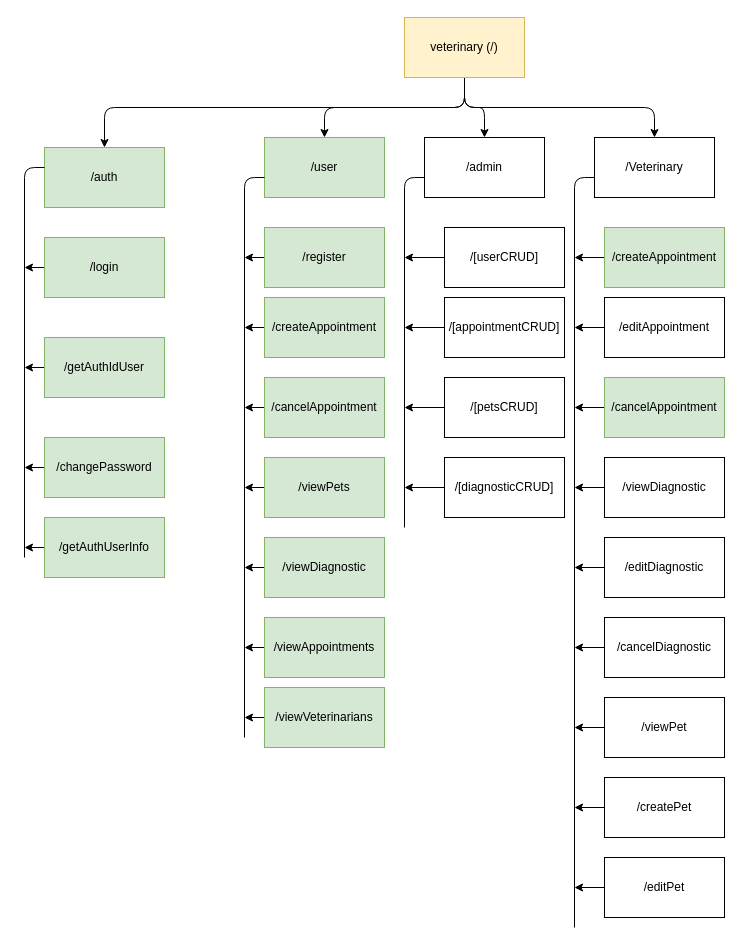
This is diagrams/NAV.drawio from fernandoach/API-VETERINARY, a draw.io file, before an edit. Source tidied: cells renumbered, new cells numbered last; positions are measured from the earlier drawing's top-left corner, leaving out a move shared by most shapes. Both pictures are drawn from the tidied source at 100%, with x=0, y=0 at pixel (24, 17).
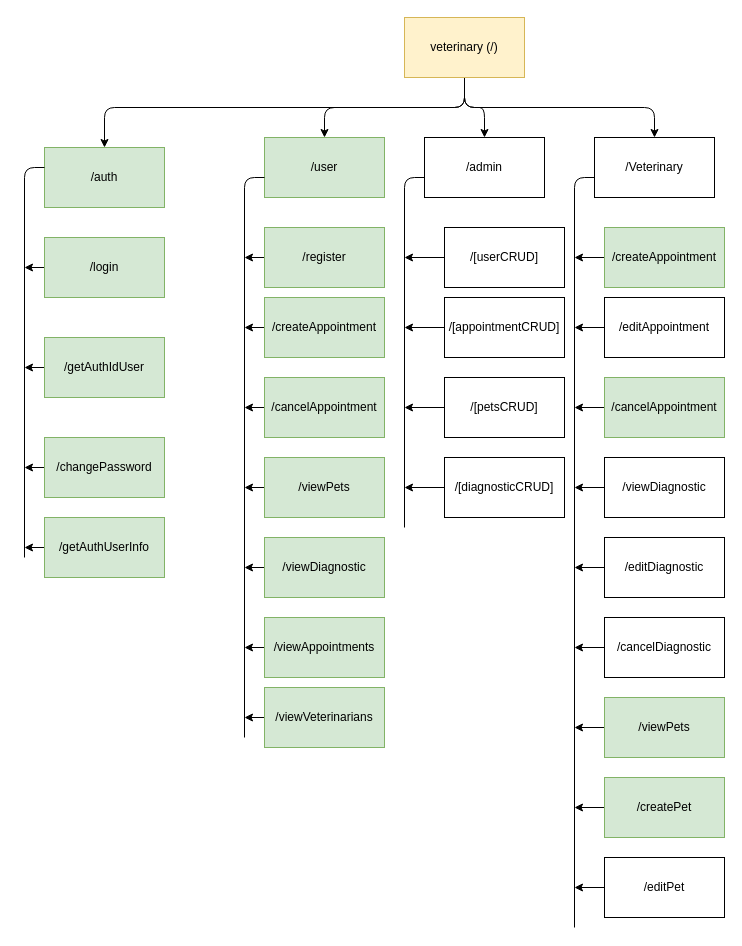
After the change.

Commit message (it also covers changes not shown here):
ADD: /veterinary/viewPets with {idUser}

What changed in the source:
```diff
@@
-    <mxCell id="37" value="/viewPet" style="rounded=0;whiteSpace=wrap;html=1;" parent="1" vertex="1">
+    <mxCell id="37" value="/viewPets" style="rounded=0;whiteSpace=wrap;html=1;fillColor=#d5e8d4;strokeColor=#82b366;" parent="1" vertex="1">
       <mxGeometry x="580" y="680" width="120" height="60" as="geometry" />
     </mxCell>
@@
-    <mxCell id="45" value="/createPet" style="rounded=0;whiteSpace=wrap;html=1;" parent="1" vertex="1">
+    <mxCell id="45" value="/createPet" style="rounded=0;whiteSpace=wrap;html=1;fillColor=#d5e8d4;strokeColor=#82b366;" parent="1" vertex="1">
       <mxGeometry x="580" y="760" width="120" height="60" as="geometry" />
     </mxCell>
```
